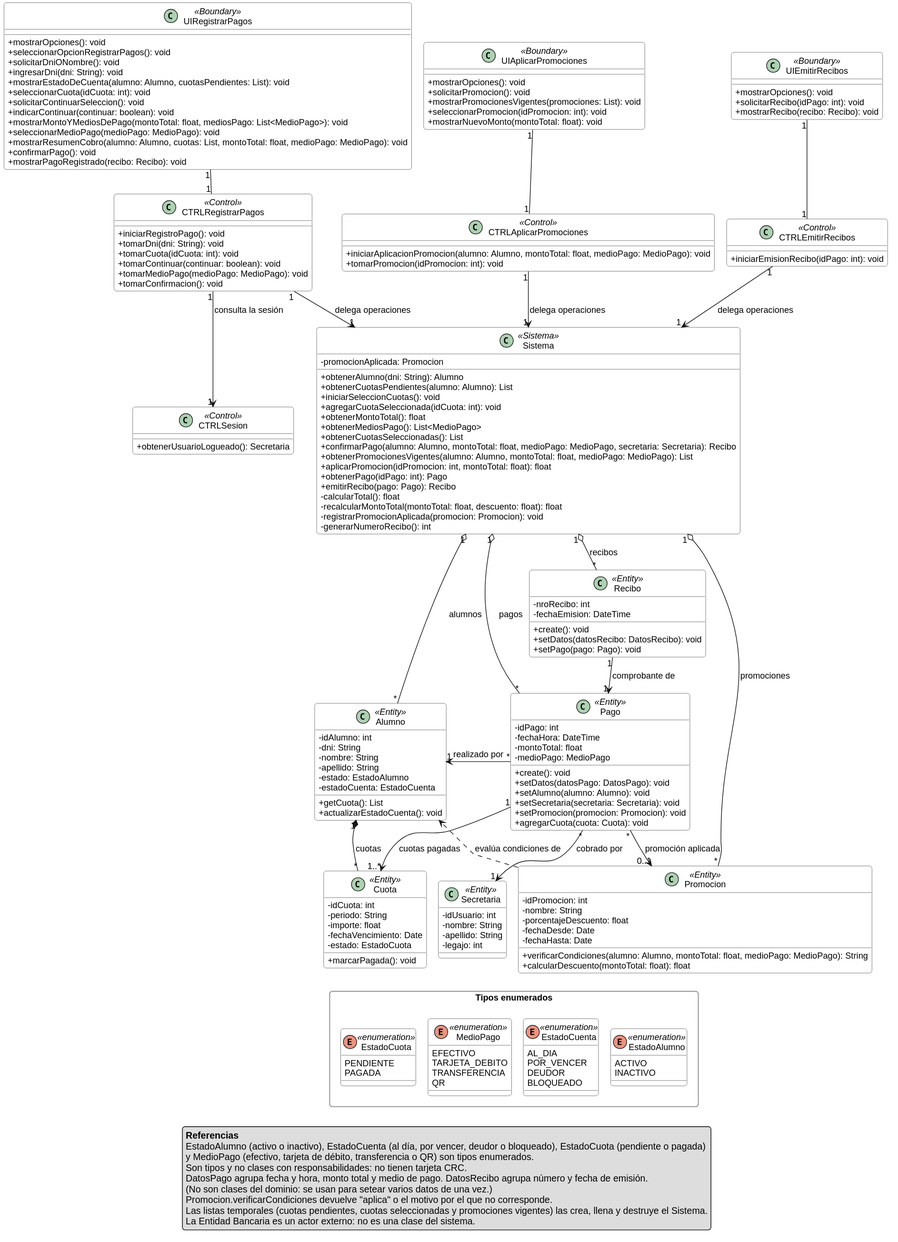
The PlantUML diagram tpi2/02-realizacion-cu/2_clases_registrar_pagos.svg in sandobaitt/TpDiseno, before a commit. The source it was exported from:
```plantuml
@startuml
!pragma layout smetana
!pragma layout smetana
skinparam shadowing false
skinparam defaultFontName Liberation Sans
skinparam roundcorner 8
skinparam classAttributeIconSize 0
skinparam packageStyle rectangle
skinparam defaultFontSize 13
skinparam ClassBackgroundColor #FFFFFF
skinparam ClassBorderColor #444444
skinparam PackageBorderColor #999999
skinparam NoteBackgroundColor #FFFBE6
skinparam NoteBorderColor #BBAA55


class UIRegistrarPagos <<Boundary>> {
    + mostrarOpciones(): void
    + seleccionarOpcionRegistrarPagos(): void
    + solicitarDniONombre(): void
    + ingresarDni(dni: String): void
    + mostrarEstadoDeCuenta(alumno: Alumno, cuotasPendientes: List): void
    + seleccionarCuota(idCuota: int): void
    + solicitarContinuarSeleccion(): void
    + indicarContinuar(continuar: boolean): void
    + mostrarMontoYMediosDePago(montoTotal: float, mediosPago: List<MedioPago>): void
    + seleccionarMedioPago(medioPago: MedioPago): void
    + mostrarResumenCobro(alumno: Alumno, cuotas: List, montoTotal: float, medioPago: MedioPago): void
    + confirmarPago(): void
    + mostrarPagoRegistrado(recibo: Recibo): void
}

class CTRLRegistrarPagos <<Control>> {
    + iniciarRegistroPago(): void
    + tomarDni(dni: String): void
    + tomarCuota(idCuota: int): void
    + tomarContinuar(continuar: boolean): void
    + tomarMedioPago(medioPago: MedioPago): void
    + tomarConfirmacion(): void
}

class UIAplicarPromociones <<Boundary>> {
    + mostrarOpciones(): void
    + solicitarPromocion(): void
    + mostrarPromocionesVigentes(promociones: List): void
    + seleccionarPromocion(idPromocion: int): void
    + mostrarNuevoMonto(montoTotal: float): void
}

class CTRLAplicarPromociones <<Control>> {
    + iniciarAplicacionPromocion(alumno: Alumno, montoTotal: float, medioPago: MedioPago): void
    + tomarPromocion(idPromocion: int): void
}

class UIEmitirRecibos <<Boundary>> {
    + mostrarOpciones(): void
    + solicitarRecibo(idPago: int): void
    + mostrarRecibo(recibo: Recibo): void
}

class CTRLEmitirRecibos <<Control>> {
    + iniciarEmisionRecibo(idPago: int): void
}

class CTRLSesion <<Control>> {
    + obtenerUsuarioLogueado(): Secretaria
}

class Sistema <<Sistema>> {
    - promocionAplicada: Promocion
    + obtenerAlumno(dni: String): Alumno
    + obtenerCuotasPendientes(alumno: Alumno): List
    + iniciarSeleccionCuotas(): void
    + agregarCuotaSeleccionada(idCuota: int): void
    + obtenerMontoTotal(): float
    + obtenerMediosPago(): List<MedioPago>
    + obtenerCuotasSeleccionadas(): List
    + confirmarPago(alumno: Alumno, montoTotal: float, medioPago: MedioPago, secretaria: Secretaria): Recibo
    + obtenerPromocionesVigentes(alumno: Alumno, montoTotal: float, medioPago: MedioPago): List
    + aplicarPromocion(idPromocion: int, montoTotal: float): float
    + obtenerPago(idPago: int): Pago
    + emitirRecibo(pago: Pago): Recibo
    - calcularTotal(): float
    - recalcularMontoTotal(montoTotal: float, descuento: float): float
    - registrarPromocionAplicada(promocion: Promocion): void
    - generarNumeroRecibo(): int
}

class Alumno <<Entity>> {
    - idAlumno: int
    - dni: String
    - nombre: String
    - apellido: String
    - estado: EstadoAlumno
    - estadoCuenta: EstadoCuenta
    + getCuota(): List
    + actualizarEstadoCuenta(): void
}

class Cuota <<Entity>> {
    - idCuota: int
    - periodo: String
    - importe: float
    - fechaVencimiento: Date
    - estado: EstadoCuota
    + marcarPagada(): void
}

class Pago <<Entity>> {
    - idPago: int
    - fechaHora: DateTime
    - montoTotal: float
    - medioPago: MedioPago
    + create(): void
    + setDatos(datosPago: DatosPago): void
    + setAlumno(alumno: Alumno): void
    + setSecretaria(secretaria: Secretaria): void
    + setPromocion(promocion: Promocion): void
    + agregarCuota(cuota: Cuota): void
}

class Recibo <<Entity>> {
    - nroRecibo: int
    - fechaEmision: DateTime
    + create(): void
    + setDatos(datosRecibo: DatosRecibo): void
    + setPago(pago: Pago): void
}

class Promocion <<Entity>> {
    - idPromocion: int
    - nombre: String
    - porcentajeDescuento: float
    - fechaDesde: Date
    - fechaHasta: Date
    + verificarCondiciones(alumno: Alumno, montoTotal: float, medioPago: MedioPago): String
    + calcularDescuento(montoTotal: float): float
}

class Secretaria <<Entity>> {
    - idUsuario: int
    - nombre: String
    - apellido: String
    - legajo: int
}

package "Tipos enumerados" {
    enum EstadoAlumno <<enumeration>> {
        ACTIVO
        INACTIVO
    }

    enum EstadoCuenta <<enumeration>> {
        AL_DIA
        POR_VENCER
        DEUDOR
        BLOQUEADO
    }

    enum EstadoCuota <<enumeration>> {
        PENDIENTE
        PAGADA
    }

    enum MedioPago <<enumeration>> {
        EFECTIVO
        TARJETA_DEBITO
        TRANSFERENCIA
        QR
    }
}


UIRegistrarPagos "1" -- "1" CTRLRegistrarPagos
CTRLRegistrarPagos "1" --> "1" CTRLSesion : consulta la sesión
CTRLRegistrarPagos "1" --> "1" Sistema : delega operaciones
UIAplicarPromociones "1" -- "1" CTRLAplicarPromociones
CTRLAplicarPromociones "1" --> "1" Sistema : delega operaciones
UIEmitirRecibos "1" -- "1" CTRLEmitirRecibos
CTRLEmitirRecibos "1" --> "1" Sistema : delega operaciones

Sistema "1" o-- "*" Alumno : alumnos
Sistema "1" o-- "*" Pago : pagos
Sistema "1" o-- "*" Recibo : recibos
Sistema "1" o-- "*" Promocion : promociones

Pago "*" -left-> "1" Alumno : realizado por
Recibo "1" --> "1" Pago : comprobante de
Alumno "1" *-down- "*" Cuota : cuotas
Pago "1" -down-> "1..*" Cuota : cuotas pagadas
Pago "*" -down-> "1" Secretaria : cobrado por
Pago "*" -down-> "0..1" Promocion : promoción aplicada
Promocion ..> Alumno : evalúa condiciones de

Secretaria -[hidden]down- MedioPago
Cuota -[hidden]down- EstadoCuota

legend bottom
  **Referencias**
  EstadoAlumno (activo o inactivo), EstadoCuenta (al día, por vencer, deudor o bloqueado), EstadoCuota (pendiente o pagada)
  y MedioPago (efectivo, tarjeta de débito, transferencia o QR) son tipos enumerados.
  Son tipos y no clases con responsabilidades: no tienen tarjeta CRC.
  DatosPago agrupa fecha y hora, monto total y medio de pago. DatosRecibo agrupa número y fecha de emisión.
  (No son clases del dominio: se usan para setear varios datos de una vez.)
  Promocion.verificarCondiciones devuelve "aplica" o el motivo por el que no corresponde.
  Las listas temporales (cuotas pendientes, cuotas seleccionadas y promociones vigentes) las crea, llena y destruye el Sistema.
  La Entidad Bancaria es un actor externo: no es una clase del sistema.
endlegend
@enduml
```
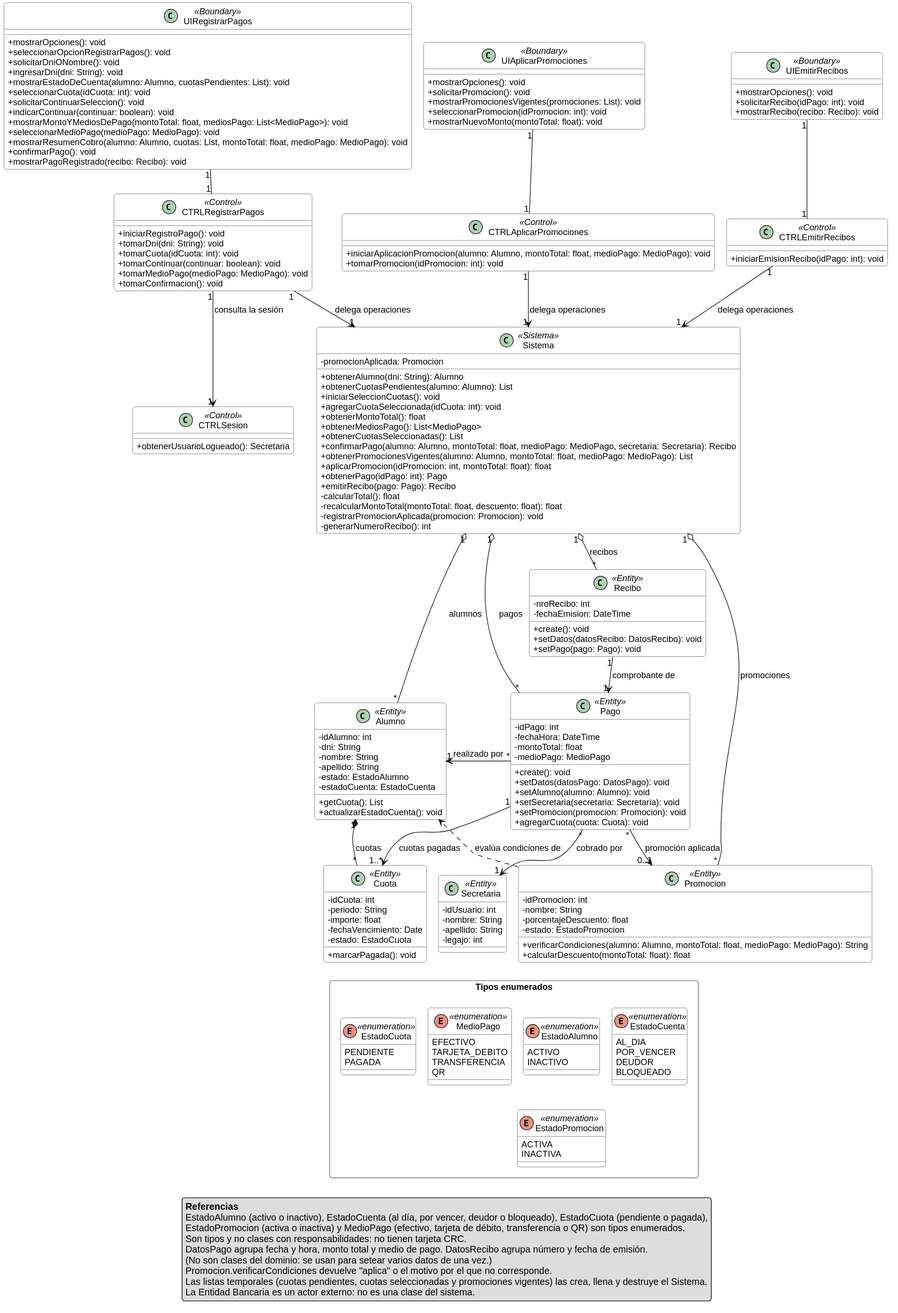
The same file after the commit.

What changed in the source:
```diff
@@ -131,8 +131,7 @@
     - idPromocion: int
     - nombre: String
     - porcentajeDescuento: float
-    - fechaDesde: Date
-    - fechaHasta: Date
+    - estado: EstadoPromocion
     + verificarCondiciones(alumno: Alumno, montoTotal: float, medioPago: MedioPago): String
     + calcularDescuento(montoTotal: float): float
 }
@@ -160,6 +159,11 @@
     enum EstadoCuota <<enumeration>> {
         PENDIENTE
         PAGADA
+    }
+
+    enum EstadoPromocion <<enumeration>> {
+        ACTIVA
+        INACTIVA
     }
 
     enum MedioPago <<enumeration>> {
@@ -197,8 +201,8 @@
 
 legend bottom
   **Referencias**
-  EstadoAlumno (activo o inactivo), EstadoCuenta (al día, por vencer, deudor o bloqueado), EstadoCuota (pendiente o pagada)
-  y MedioPago (efectivo, tarjeta de débito, transferencia o QR) son tipos enumerados.
+  EstadoAlumno (activo o inactivo), EstadoCuenta (al día, por vencer, deudor o bloqueado), EstadoCuota (pendiente o pagada),
+  EstadoPromocion (activa o inactiva) y MedioPago (efectivo, tarjeta de débito, transferencia o QR) son tipos enumerados.
   Son tipos y no clases con responsabilidades: no tienen tarjeta CRC.
   DatosPago agrupa fecha y hora, monto total y medio de pago. DatosRecibo agrupa número y fecha de emisión.
   (No son clases del dominio: se usan para setear varios datos de una vez.)
```
